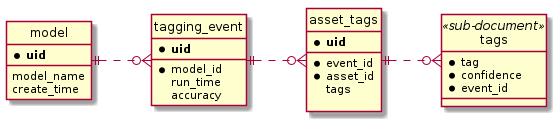
Above: docs/images/model.png in als-computing/splash-ml (PlantUML), before the change.
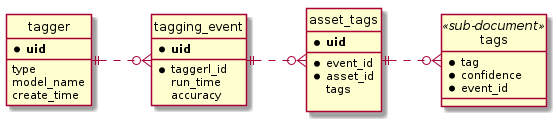
After the commit.

What changed in the source:
```diff
@@ -5,9 +5,10 @@
 
 left to right direction
 
-entity model{
+entity tagger{
     * **uid**
     __
+    type
     model_name
     create_time
 }
@@ -15,7 +16,7 @@
 entity tagging_event{
     * **uid**
     __
-    * model_id
+    * taggerl_id
     run_time
     accuracy
 }
@@ -36,7 +37,7 @@
 }
 
 
-model ||..o{ tagging_event
+tagger ||..o{ tagging_event
 tagging_event ||..o{ asset_tags
 asset_tags ||..o{ tags
 @enduml
```
